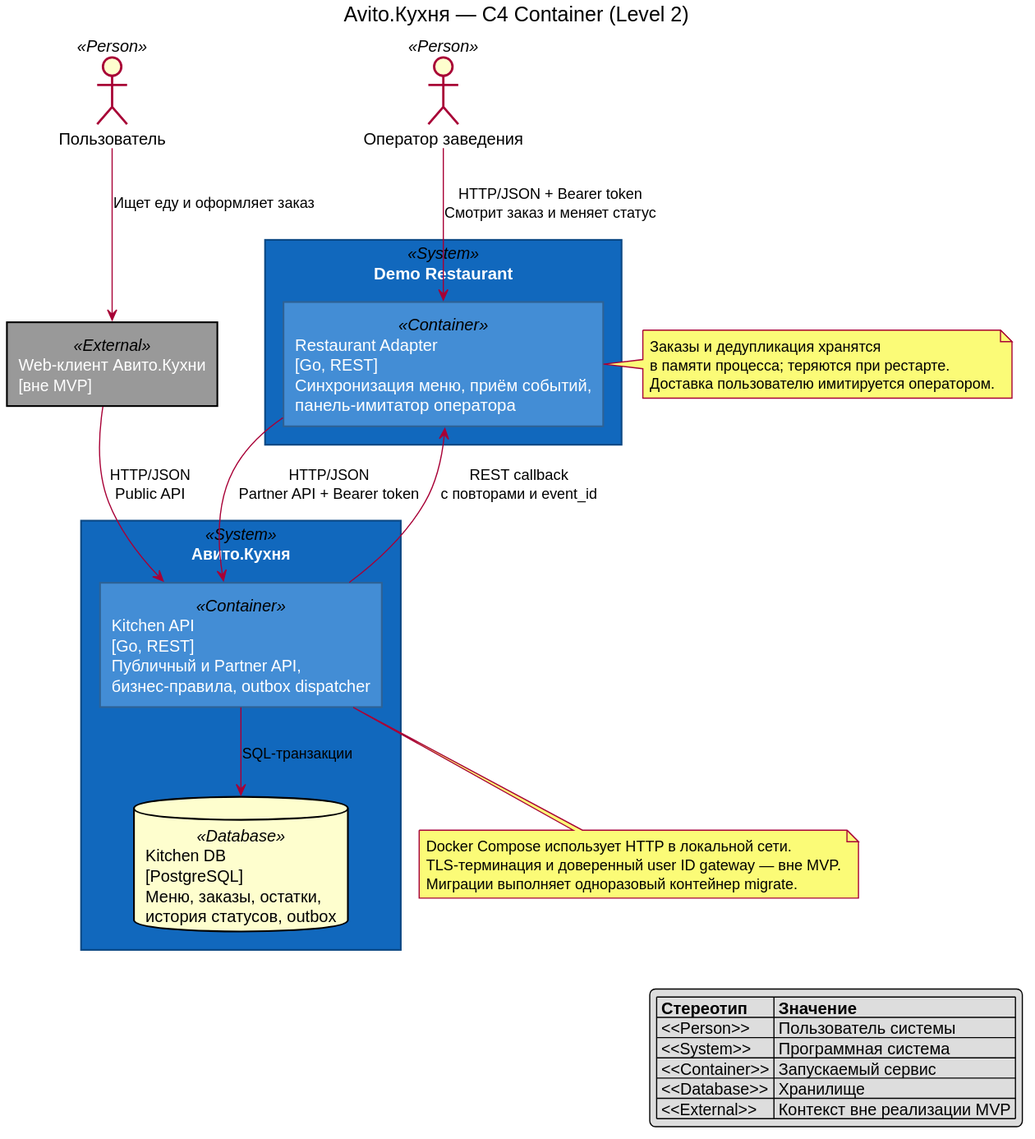
Above: docs/rendered/c4-container.svg in l3ssthanthree/food-order-service (PlantUML), before the change.
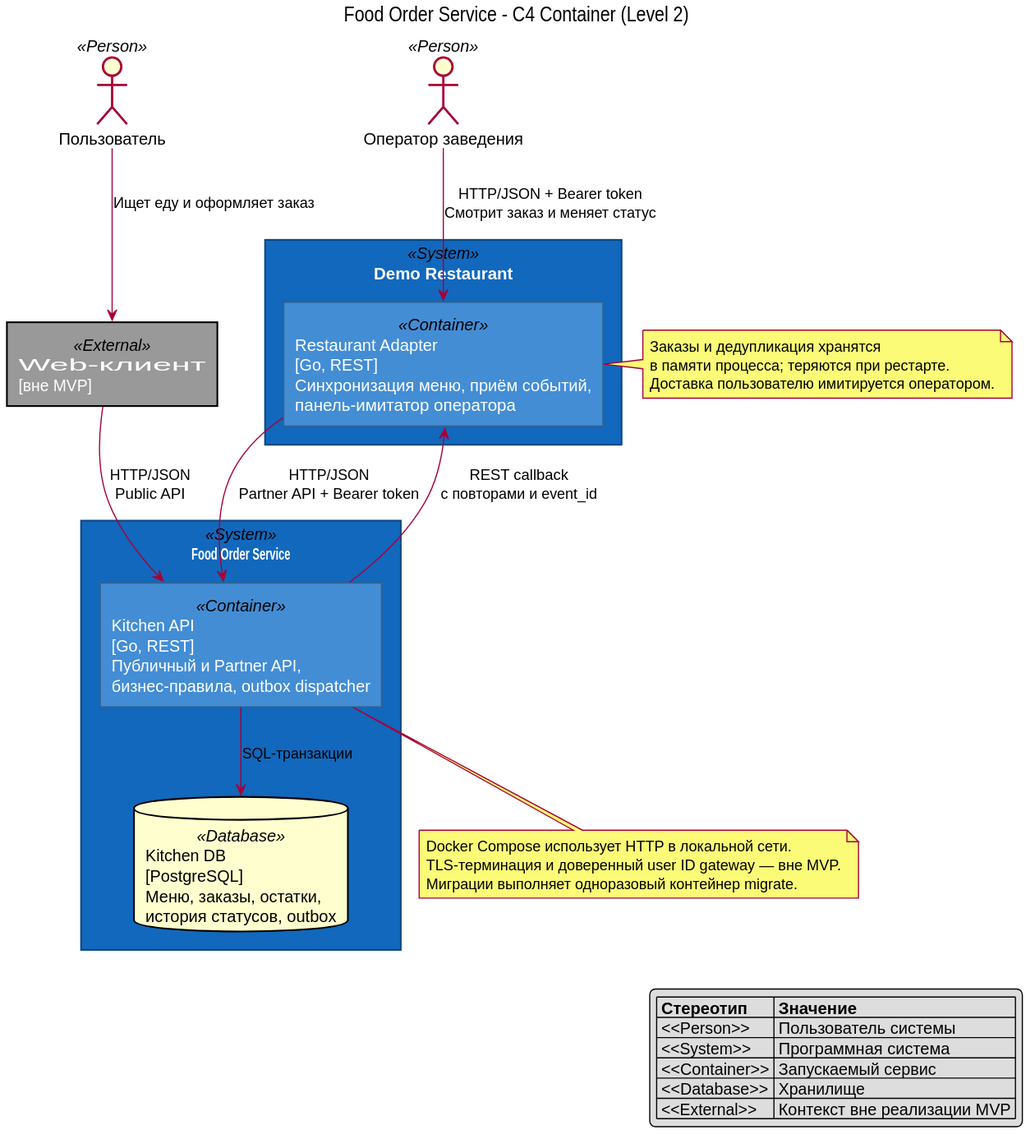
After the change.

Commit message:
docs: present Food Order Service for backend portfolio

Change to the diagram source:
```diff
@@ -1,5 +1,5 @@
 @startuml
-title Avito.Кухня — C4 Container (Level 2)
+title Food Order Service - C4 Container (Level 2)
 
 skinparam shadowing false
 skinparam rectangle {
@@ -21,9 +21,9 @@
 
 actor user as "Пользователь" <<Person>>
 actor operator as "Оператор заведения" <<Person>>
-rectangle web as "Web-клиент Авито.Кухни\n[вне MVP]" <<External>>
+rectangle web as "Web-клиент\n[вне MVP]" <<External>>
 
-rectangle kitchen_boundary as "Авито.Кухня" <<System>> {
+rectangle kitchen_boundary as "Food Order Service" <<System>> {
   rectangle api as "Kitchen API\n[Go, REST]\nПубличный и Partner API,\nбизнес-правила, outbox dispatcher" <<Container>>
   database db as "Kitchen DB\n[PostgreSQL]\nМеню, заказы, остатки,\nистория статусов, outbox" <<Database>>
 }
```
